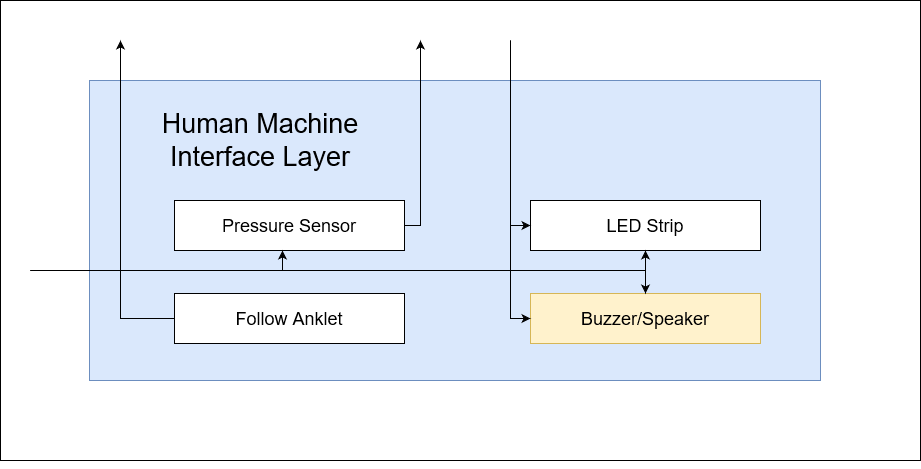
The draw.io diagram ADS Latex/images/Kendall/Buzzer.png in TuringBoard/ADS, before a commit. Source tidied: cells renumbered, new cells last; positions are measured from the earlier drawing's top-left corner, leaving out a move shared by most shapes. Its diagram source:
```xml
<mxGraphModel>
  <root>
    <mxCell id="0" />
    <mxCell id="1" parent="0" />
    <mxCell id="2" style="rounded=0;whiteSpace=wrap;html=1;fontSize=14;" parent="1" vertex="1">
      <mxGeometry width="920" height="460" as="geometry" />
    </mxCell>
    <mxCell id="3" style="rounded=0;whiteSpace=wrap;html=1;fillColor=#dae8fc;strokeColor=#6c8ebf;" parent="1" vertex="1">
      <mxGeometry x="89" y="80" width="731" height="300" as="geometry" />
    </mxCell>
    <mxCell id="4" value="Human Machine Interface Layer" style="text;html=1;strokeColor=none;fillColor=none;align=center;verticalAlign=middle;whiteSpace=wrap;rounded=0;fontSize=27;" parent="1" vertex="1">
      <mxGeometry x="110" y="110" width="300" height="60" as="geometry" />
    </mxCell>
    <mxCell id="5" value="LED Strip" style="rounded=0;whiteSpace=wrap;html=1;fontSize=18;" parent="1" vertex="1">
      <mxGeometry x="530" y="200" width="230" height="50" as="geometry" />
    </mxCell>
    <mxCell id="6" style="edgeStyle=orthogonalEdgeStyle;rounded=0;jettySize=auto;html=1;exitX=1;exitY=0.5;exitDx=0;exitDy=0;" parent="1" edge="1" source="7">
      <mxGeometry relative="1" as="geometry">
        <mxPoint x="420" y="40" as="targetPoint" />
        <Array as="points">
          <mxPoint x="420" y="225" />
        </Array>
      </mxGeometry>
    </mxCell>
    <mxCell id="7" value="Pressure Sensor" style="rounded=0;whiteSpace=wrap;html=1;fontSize=18;" parent="1" vertex="1">
      <mxGeometry x="174" y="200" width="230" height="50" as="geometry" />
    </mxCell>
    <mxCell id="8" value="&lt;div&gt;Buzzer/Speaker&lt;/div&gt;" style="rounded=0;whiteSpace=wrap;html=1;fontSize=18;fillColor=#fff2cc;strokeColor=#d6b656;" parent="1" vertex="1">
      <mxGeometry x="530" y="293" width="230" height="50" as="geometry" />
    </mxCell>
    <mxCell id="9" style="edgeStyle=orthogonalEdgeStyle;rounded=0;jettySize=auto;html=1;" parent="1" edge="1" source="10">
      <mxGeometry relative="1" as="geometry">
        <mxPoint x="120" y="40" as="targetPoint" />
        <Array as="points">
          <mxPoint x="120" y="318" />
        </Array>
      </mxGeometry>
    </mxCell>
    <mxCell id="10" value="Follow Anklet" style="rounded=0;whiteSpace=wrap;html=1;fontSize=18;" parent="1" vertex="1">
      <mxGeometry x="174" y="293" width="230" height="50" as="geometry" />
    </mxCell>
    <mxCell id="11" style="edgeStyle=orthogonalEdgeStyle;rounded=0;jettySize=auto;html=1;entryX=0;entryY=0.5;entryDx=0;entryDy=0;" parent="1" edge="1" target="5">
      <mxGeometry relative="1" as="geometry">
        <mxPoint x="510" y="40" as="sourcePoint" />
        <Array as="points">
          <mxPoint x="510" y="225" />
        </Array>
      </mxGeometry>
    </mxCell>
    <mxCell id="12" style="edgeStyle=orthogonalEdgeStyle;rounded=0;jettySize=auto;html=1;entryX=0;entryY=0.5;entryDx=0;entryDy=0;" parent="1" edge="1" target="8">
      <mxGeometry relative="1" as="geometry">
        <mxPoint x="510" y="40" as="sourcePoint" />
        <Array as="points">
          <mxPoint x="510" y="318" />
        </Array>
      </mxGeometry>
    </mxCell>
    <mxCell id="13" style="edgeStyle=orthogonalEdgeStyle;rounded=0;orthogonalLoop=1;jettySize=auto;html=1;" parent="1" edge="1">
      <mxGeometry relative="1" as="geometry">
        <mxPoint x="30" y="270" as="sourcePoint" />
        <mxPoint x="282" y="250" as="targetPoint" />
      </mxGeometry>
    </mxCell>
    <mxCell id="14" style="edgeStyle=orthogonalEdgeStyle;rounded=0;jettySize=auto;html=1;entryX=0.5;entryY=1;entryDx=0;entryDy=0;" parent="1" edge="1" target="5">
      <mxGeometry relative="1" as="geometry">
        <mxPoint x="30" y="270" as="sourcePoint" />
      </mxGeometry>
    </mxCell>
    <mxCell id="15" style="edgeStyle=orthogonalEdgeStyle;rounded=0;jettySize=auto;html=1;" parent="1" edge="1" target="8">
      <mxGeometry relative="1" as="geometry">
        <mxPoint x="30" y="270" as="sourcePoint" />
      </mxGeometry>
    </mxCell>
    <mxCell id="16" style="edgeStyle=orthogonalEdgeStyle;rounded=0;orthogonalLoop=1;jettySize=auto;html=1;exitX=0.5;exitY=1;exitDx=0;exitDy=0;" parent="1" edge="1" source="2" target="2">
      <mxGeometry relative="1" as="geometry" />
    </mxCell>
  </root>
</mxGraphModel>
```
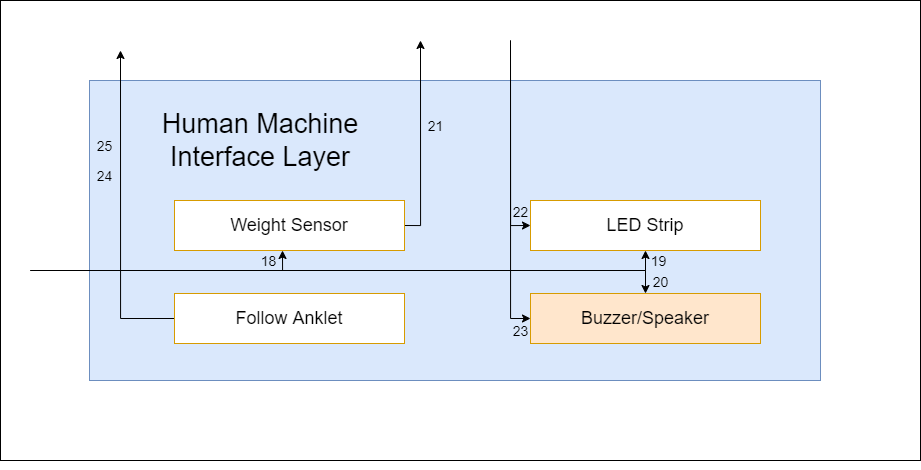
Above is the later version.

Diff of the diagram source:
```diff
@@ -11,7 +11,7 @@
     <mxCell id="4" value="Human Machine Interface Layer" style="text;html=1;strokeColor=none;fillColor=none;align=center;verticalAlign=middle;whiteSpace=wrap;rounded=0;fontSize=27;" parent="1" vertex="1">
       <mxGeometry x="110" y="110" width="300" height="60" as="geometry" />
     </mxCell>
-    <mxCell id="5" value="LED Strip" style="rounded=0;whiteSpace=wrap;html=1;fontSize=18;" parent="1" vertex="1">
+    <mxCell id="5" value="LED Strip" style="rounded=0;whiteSpace=wrap;html=1;fontSize=18;fillColor=#FFFFFF;strokeColor=#d79b00;" parent="1" vertex="1">
       <mxGeometry x="530" y="200" width="230" height="50" as="geometry" />
     </mxCell>
     <mxCell id="6" style="edgeStyle=orthogonalEdgeStyle;rounded=0;jettySize=auto;html=1;exitX=1;exitY=0.5;exitDx=0;exitDy=0;" parent="1" edge="1" source="7">
@@ -22,21 +22,21 @@
         </Array>
       </mxGeometry>
     </mxCell>
-    <mxCell id="7" value="Pressure Sensor" style="rounded=0;whiteSpace=wrap;html=1;fontSize=18;" parent="1" vertex="1">
+    <mxCell id="7" value="Weight Sensor" style="rounded=0;whiteSpace=wrap;html=1;fontSize=18;fillColor=#FFFFFF;strokeColor=#d79b00;" parent="1" vertex="1">
       <mxGeometry x="174" y="200" width="230" height="50" as="geometry" />
     </mxCell>
-    <mxCell id="8" value="&lt;div&gt;Buzzer/Speaker&lt;/div&gt;" style="rounded=0;whiteSpace=wrap;html=1;fontSize=18;fillColor=#fff2cc;strokeColor=#d6b656;" parent="1" vertex="1">
+    <mxCell id="8" value="&lt;div&gt;Buzzer/Speaker&lt;/div&gt;" style="rounded=0;whiteSpace=wrap;html=1;fontSize=18;fillColor=#ffe6cc;strokeColor=#d79b00;" parent="1" vertex="1">
       <mxGeometry x="530" y="293" width="230" height="50" as="geometry" />
     </mxCell>
-    <mxCell id="9" style="edgeStyle=orthogonalEdgeStyle;rounded=0;jettySize=auto;html=1;" parent="1" edge="1" source="10">
+    <mxCell id="9" style="edgeStyle=orthogonalEdgeStyle;rounded=0;jettySize=auto;html=1;entryX=0.5;entryY=1;entryDx=0;entryDy=0;" parent="1" edge="1" source="10">
       <mxGeometry relative="1" as="geometry">
-        <mxPoint x="120" y="40" as="targetPoint" />
+        <mxPoint x="120" y="50" as="targetPoint" />
         <Array as="points">
           <mxPoint x="120" y="318" />
         </Array>
       </mxGeometry>
     </mxCell>
-    <mxCell id="10" value="Follow Anklet" style="rounded=0;whiteSpace=wrap;html=1;fontSize=18;" parent="1" vertex="1">
+    <mxCell id="10" value="Follow Anklet" style="rounded=0;whiteSpace=wrap;html=1;fontSize=18;fillColor=#FFFFFF;strokeColor=#d79b00;" parent="1" vertex="1">
       <mxGeometry x="174" y="293" width="230" height="50" as="geometry" />
     </mxCell>
     <mxCell id="11" style="edgeStyle=orthogonalEdgeStyle;rounded=0;jettySize=auto;html=1;entryX=0;entryY=0.5;entryDx=0;entryDy=0;" parent="1" edge="1" target="5">
@@ -74,5 +74,29 @@
     <mxCell id="16" style="edgeStyle=orthogonalEdgeStyle;rounded=0;orthogonalLoop=1;jettySize=auto;html=1;exitX=0.5;exitY=1;exitDx=0;exitDy=0;" parent="1" edge="1" source="2" target="2">
       <mxGeometry relative="1" as="geometry" />
     </mxCell>
+    <mxCell id="17" value="&lt;font style=&quot;font-size: 14px&quot;&gt;21&lt;br&gt;&lt;/font&gt;" style="text;html=1;align=center;verticalAlign=middle;strokeColor=none;fillColor=none;fontSize=18;" parent="1" vertex="1">
+      <mxGeometry x="420" y="110" width="30" height="30" as="geometry" />
+    </mxCell>
+    <mxCell id="18" value="&lt;font style=&quot;font-size: 14px&quot;&gt;18&lt;br&gt;&lt;/font&gt;" style="text;html=1;align=center;verticalAlign=middle;strokeColor=none;fillColor=none;fontSize=18;" parent="1" vertex="1">
+      <mxGeometry x="253" y="245" width="30" height="30" as="geometry" />
+    </mxCell>
+    <mxCell id="19" value="&lt;font style=&quot;font-size: 14px&quot;&gt;22&lt;br&gt;&lt;/font&gt;" style="text;html=1;align=center;verticalAlign=middle;strokeColor=none;fillColor=none;fontSize=18;" parent="1" vertex="1">
+      <mxGeometry x="505" y="196" width="30" height="30" as="geometry" />
+    </mxCell>
+    <mxCell id="20" value="&lt;font style=&quot;font-size: 14px&quot;&gt;23&lt;br&gt;&lt;/font&gt;" style="text;html=1;align=center;verticalAlign=middle;strokeColor=none;fillColor=none;fontSize=18;" parent="1" vertex="1">
+      <mxGeometry x="505" y="315" width="30" height="30" as="geometry" />
+    </mxCell>
+    <mxCell id="21" value="&lt;font style=&quot;font-size: 14px&quot;&gt;19&lt;br&gt;&lt;/font&gt;" style="text;html=1;align=center;verticalAlign=middle;strokeColor=none;fillColor=none;fontSize=18;" parent="1" vertex="1">
+      <mxGeometry x="643" y="245" width="30" height="30" as="geometry" />
+    </mxCell>
+    <mxCell id="22" value="&lt;font style=&quot;font-size: 14px&quot;&gt;20&lt;br&gt;&lt;/font&gt;" style="text;html=1;align=center;verticalAlign=middle;strokeColor=none;fillColor=none;fontSize=18;" parent="1" vertex="1">
+      <mxGeometry x="645" y="266" width="30" height="30" as="geometry" />
+    </mxCell>
+    <mxCell id="23" value="&lt;font style=&quot;font-size: 14px&quot;&gt;25&lt;br&gt;&lt;/font&gt;" style="text;html=1;align=center;verticalAlign=middle;strokeColor=none;fillColor=none;fontSize=18;" parent="1" vertex="1">
+      <mxGeometry x="89" y="130" width="30" height="30" as="geometry" />
+    </mxCell>
+    <mxCell id="24" value="&lt;font style=&quot;font-size: 14px&quot;&gt;24&lt;br&gt;&lt;/font&gt;" style="text;html=1;align=center;verticalAlign=middle;strokeColor=none;fillColor=none;fontSize=18;" parent="1" vertex="1">
+      <mxGeometry x="89" y="160" width="30" height="30" as="geometry" />
+    </mxCell>
   </root>
 </mxGraphModel>
```
